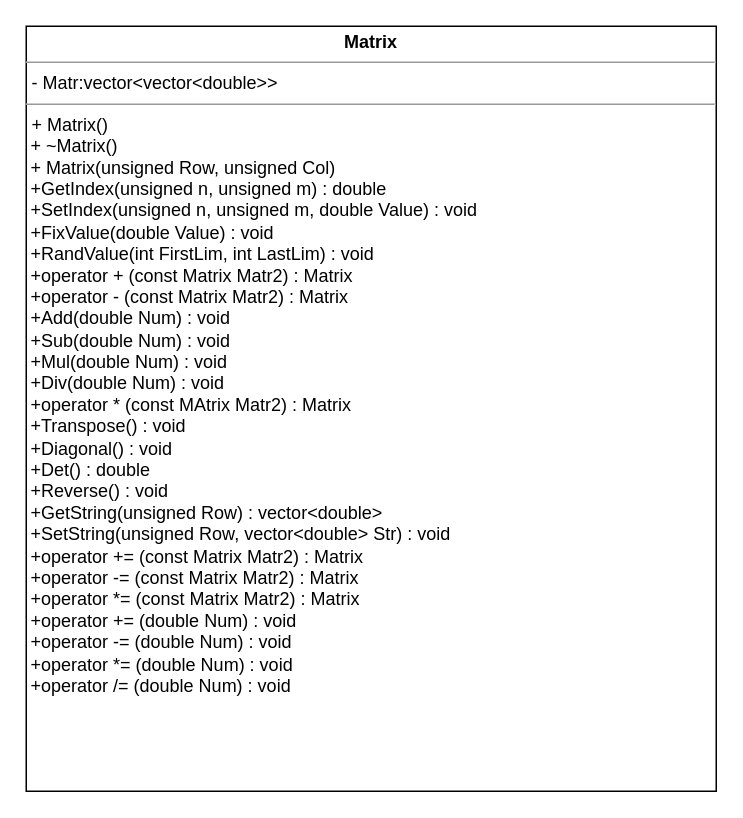
MAXXXYMIRON/OOP_second_task keeps this draw.io diagram as Class_matrix.drawio. Above is the earlier version. Source tidied: cells renumbered, new cells numbered last; positions are measured from the earlier drawing's top-left corner, leaving out a move shared by most shapes. Both pictures are drawn from the tidied source at 150%, with x=0, y=0 at pixel (26, 26).
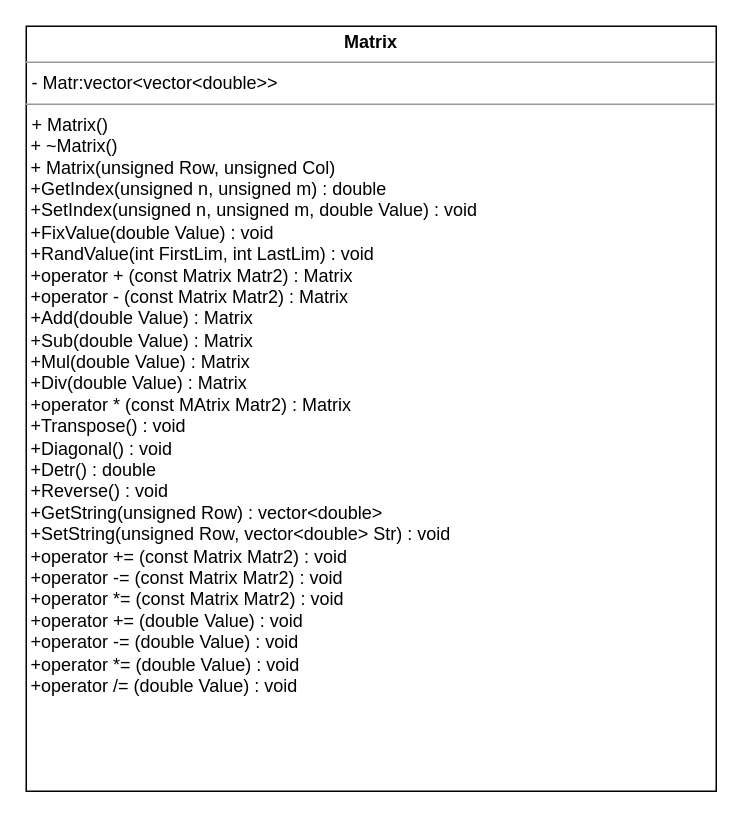
The same page after the edit.

Change to the diagram source:
```diff
@@
 <mxGraphModel>
   <root>
     <mxCell id="0" />
     <mxCell id="1" parent="0" />
-    <mxCell id="2" value="&lt;p style=&quot;margin: 0px ; margin-top: 4px ; text-align: center&quot;&gt;&lt;b&gt;Matrix&lt;/b&gt;&lt;/p&gt;&lt;hr size=&quot;1&quot;&gt;&lt;p style=&quot;margin: 0px ; margin-left: 4px&quot;&gt;- Matr:vector&amp;lt;vector&amp;lt;double&amp;gt;&amp;gt;&lt;/p&gt;&lt;hr size=&quot;1&quot;&gt;&lt;p style=&quot;margin: 0px ; margin-left: 4px&quot;&gt;+ Matrix()&lt;/p&gt;&amp;nbsp;+ ~Matrix()&lt;br&gt;&amp;nbsp;+ Matrix(unsigned Row, unsigned Col)&lt;br&gt;&amp;nbsp;+GetIndex(unsigned n, unsigned m) : double&lt;br&gt;&amp;nbsp;+SetIndex(unsigned n, unsigned m, double Value) : void&lt;br&gt;&amp;nbsp;+FixValue(double Value) : void&lt;br&gt;&amp;nbsp;+RandValue(int FirstLim, int LastLim) : void&lt;br&gt;&amp;nbsp;+operator + (const Matrix Matr2) : Matrix&lt;br&gt;&amp;nbsp;+operator - (const Matrix Matr2) : Matrix&lt;br&gt;&amp;nbsp;+Add(double Num) : void&lt;br&gt;&amp;nbsp;+Sub(double Num) : void&lt;br&gt;&amp;nbsp;+Mul(double Num) : void&lt;br&gt;&amp;nbsp;+Div(double Num) : void&lt;br&gt;&amp;nbsp;+operator * (const MAtrix Matr2) : Matrix&lt;br&gt;&amp;nbsp;+Transpose() : void&lt;br&gt;&amp;nbsp;+Diagonal() : void&lt;br&gt;&amp;nbsp;+Det() : double&lt;br&gt;&amp;nbsp;+Reverse() : void&lt;br&gt;&amp;nbsp;+GetString(unsigned Row) : vector&amp;lt;double&amp;gt;&lt;br&gt;&amp;nbsp;+SetString(unsigned Row, vector&amp;lt;double&amp;gt; Str) : void&lt;br&gt;&amp;nbsp;+operator += (const Matrix Matr2) : Matrix&lt;br&gt;&amp;nbsp;+operator -= (const Matrix Matr2) : Matrix&lt;br&gt;&amp;nbsp;+operator *= (const Matrix Matr2) : Matrix&lt;br&gt;&amp;nbsp;+operator += (double Num) : void&lt;br&gt;&amp;nbsp;+operator -= (double Num) : void&lt;br&gt;&amp;nbsp;+operator *= (double Num) : void&lt;br&gt;&amp;nbsp;+operator /= (double Num) : void&lt;br&gt;&lt;br&gt;&amp;nbsp;" style="verticalAlign=top;align=left;overflow=fill;fontSize=12;fontFamily=Helvetica;html=1;" parent="1" vertex="1">
+    <mxCell id="2" value="&lt;p style=&quot;margin: 0px ; margin-top: 4px ; text-align: center&quot;&gt;&lt;b&gt;Matrix&lt;/b&gt;&lt;/p&gt;&lt;hr size=&quot;1&quot;&gt;&lt;p style=&quot;margin: 0px ; margin-left: 4px&quot;&gt;- Matr:vector&amp;lt;vector&amp;lt;double&amp;gt;&amp;gt;&lt;/p&gt;&lt;hr size=&quot;1&quot;&gt;&lt;p style=&quot;margin: 0px ; margin-left: 4px&quot;&gt;+ Matrix()&lt;/p&gt;&amp;nbsp;+ ~Matrix()&lt;br&gt;&amp;nbsp;+ Matrix(unsigned Row, unsigned Col)&lt;br&gt;&amp;nbsp;+GetIndex(unsigned n, unsigned m) : double&lt;br&gt;&amp;nbsp;+SetIndex(unsigned n, unsigned m, double Value) : void&lt;br&gt;&amp;nbsp;+FixValue(double Value) : void&lt;br&gt;&amp;nbsp;+RandValue(int FirstLim, int LastLim) : void&lt;br&gt;&amp;nbsp;+operator + (const Matrix Matr2) : Matrix&lt;br&gt;&amp;nbsp;+operator - (const Matrix Matr2) : Matrix&lt;br&gt;&amp;nbsp;+Add(double Value) : Matrix&lt;br&gt;&amp;nbsp;+Sub(double Value) : Matrix&lt;br&gt;&amp;nbsp;+Mul(double Value) : Matrix&lt;br&gt;&amp;nbsp;+Div(double Value) : Matrix&lt;br&gt;&amp;nbsp;+operator * (const MAtrix Matr2) : Matrix&lt;br&gt;&amp;nbsp;+Transpose() : void&lt;br&gt;&amp;nbsp;+Diagonal() : void&lt;br&gt;&amp;nbsp;+Detr() : double&lt;br&gt;&amp;nbsp;+Reverse() : void&lt;br&gt;&amp;nbsp;+GetString(unsigned Row) : vector&amp;lt;double&amp;gt;&lt;br&gt;&amp;nbsp;+SetString(unsigned Row, vector&amp;lt;double&amp;gt; Str) : void&lt;br&gt;&amp;nbsp;+operator += (const Matrix Matr2) : void&lt;br&gt;&amp;nbsp;+operator -= (const Matrix Matr2) : void&lt;br&gt;&amp;nbsp;+operator *= (const Matrix Matr2) : void&lt;br&gt;&amp;nbsp;+operator += (double Value) : void&lt;br&gt;&amp;nbsp;+operator -= (double Value) : void&lt;br&gt;&amp;nbsp;+operator *= (double Value) : void&lt;br&gt;&amp;nbsp;+operator /= (double Value) : void&lt;br&gt;&lt;br&gt;&amp;nbsp;" style="verticalAlign=top;align=left;overflow=fill;fontSize=12;fontFamily=Helvetica;html=1;" parent="1" vertex="1">
       <mxGeometry width="460" height="510" as="geometry" />
     </mxCell>
   </root>
 </mxGraphModel>
```
